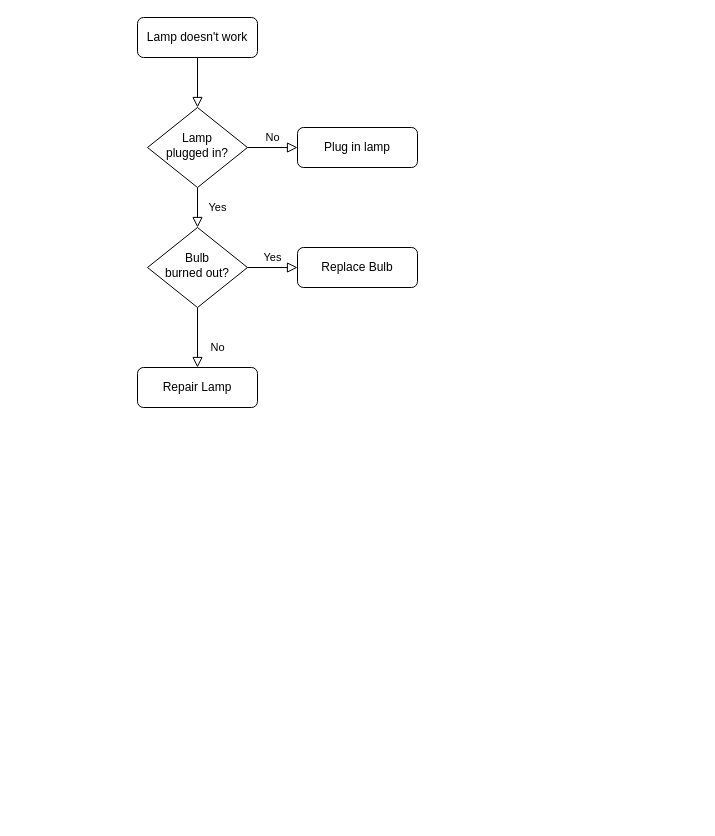
The draw.io diagram video-clip.drawio in hashstone/deploy_shell, before the edit. Source tidied: cells renumbered, new cells numbered last; positions are measured from the earlier drawing's top-left corner, leaving out a move shared by most shapes. Both pictures are drawn from the tidied source at 100%, with x=0, y=0 at pixel (137, 17).
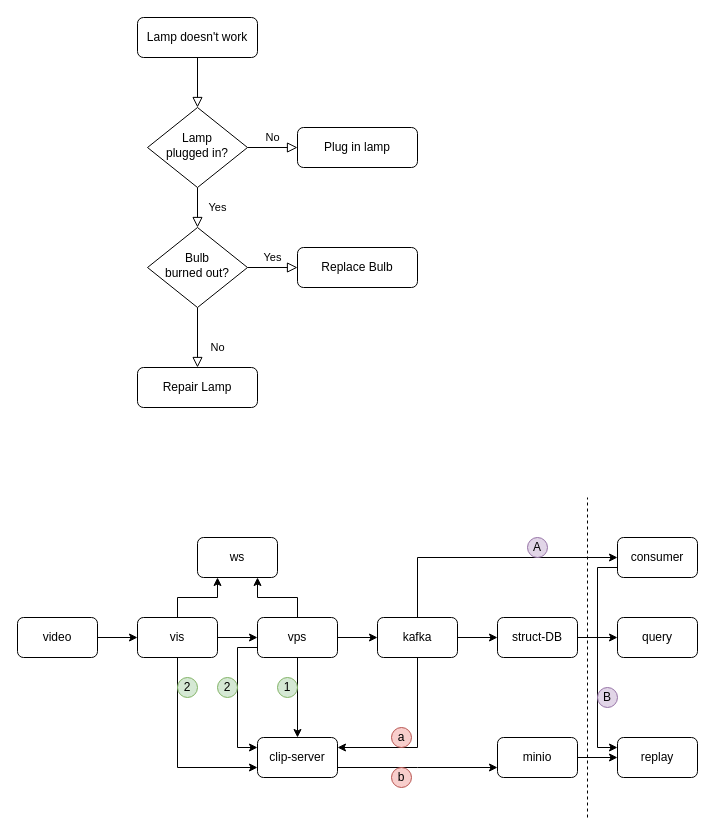
The same page after the edit.

The edit, as a diff of the source:
```diff
@@
+    <mxCell id="13" style="edgeStyle=orthogonalEdgeStyle;rounded=0;jettySize=auto;html=1;" parent="1" edge="1" source="14" target="18">
+      <mxGeometry relative="1" as="geometry" />
+    </mxCell>
+    <mxCell id="14" value="video" style="rounded=1;whiteSpace=wrap;html=1;" parent="1" vertex="1">
+      <mxGeometry x="-120" y="600" width="80" height="40" as="geometry" />
+    </mxCell>
+    <mxCell id="15" style="edgeStyle=orthogonalEdgeStyle;rounded=0;jettySize=auto;html=1;" parent="1" edge="1" source="18" target="23">
+      <mxGeometry relative="1" as="geometry" />
+    </mxCell>
+    <mxCell id="16" style="edgeStyle=orthogonalEdgeStyle;rounded=0;jettySize=auto;html=1;exitX=0.5;exitY=0;exitDx=0;exitDy=0;entryX=0.25;entryY=1;entryDx=0;entryDy=0;" parent="1" edge="1" source="18" target="30">
+      <mxGeometry relative="1" as="geometry" />
+    </mxCell>
+    <mxCell id="17" style="edgeStyle=orthogonalEdgeStyle;rounded=0;jettySize=auto;html=1;exitX=0.5;exitY=1;exitDx=0;exitDy=0;entryX=0;entryY=0.75;entryDx=0;entryDy=0;" parent="1" edge="1" source="18" target="32">
+      <mxGeometry relative="1" as="geometry" />
+    </mxCell>
+    <mxCell id="18" value="vis" style="rounded=1;whiteSpace=wrap;html=1;" parent="1" vertex="1">
+      <mxGeometry y="600" width="80" height="40" as="geometry" />
+    </mxCell>
+    <mxCell id="19" style="edgeStyle=orthogonalEdgeStyle;rounded=0;jettySize=auto;html=1;exitX=0.5;exitY=0;exitDx=0;exitDy=0;entryX=0.75;entryY=1;entryDx=0;entryDy=0;" parent="1" edge="1" source="23" target="30">
+      <mxGeometry relative="1" as="geometry" />
+    </mxCell>
+    <mxCell id="20" style="edgeStyle=orthogonalEdgeStyle;rounded=0;jettySize=auto;html=1;" parent="1" edge="1" source="23" target="27">
+      <mxGeometry relative="1" as="geometry" />
+    </mxCell>
+    <mxCell id="21" style="edgeStyle=orthogonalEdgeStyle;rounded=0;jettySize=auto;html=1;exitX=0;exitY=0.75;exitDx=0;exitDy=0;entryX=0;entryY=0.25;entryDx=0;entryDy=0;" parent="1" edge="1" source="23" target="32">
+      <mxGeometry relative="1" as="geometry" />
+    </mxCell>
+    <mxCell id="22" style="edgeStyle=orthogonalEdgeStyle;rounded=0;jettySize=auto;html=1;" parent="1" edge="1" source="23" target="32">
+      <mxGeometry relative="1" as="geometry" />
+    </mxCell>
+    <mxCell id="23" value="vps" style="rounded=1;whiteSpace=wrap;html=1;" parent="1" vertex="1">
+      <mxGeometry x="120" y="600" width="80" height="40" as="geometry" />
+    </mxCell>
+    <mxCell id="24" style="edgeStyle=orthogonalEdgeStyle;rounded=0;jettySize=auto;html=1;" parent="1" edge="1" source="27" target="29">
+      <mxGeometry relative="1" as="geometry" />
+    </mxCell>
+    <mxCell id="25" style="edgeStyle=orthogonalEdgeStyle;rounded=0;jettySize=auto;html=1;exitX=0.5;exitY=1;exitDx=0;exitDy=0;entryX=1;entryY=0.25;entryDx=0;entryDy=0;" parent="1" edge="1" source="27" target="32">
+      <mxGeometry relative="1" as="geometry" />
+    </mxCell>
+    <mxCell id="26" style="edgeStyle=orthogonalEdgeStyle;rounded=0;jettySize=auto;html=1;exitX=0.5;exitY=0;exitDx=0;exitDy=0;entryX=0;entryY=0.5;entryDx=0;entryDy=0;" parent="1" edge="1" source="27" target="36">
+      <mxGeometry relative="1" as="geometry" />
+    </mxCell>
+    <mxCell id="27" value="kafka" style="rounded=1;whiteSpace=wrap;html=1;" parent="1" vertex="1">
+      <mxGeometry x="240" y="600" width="80" height="40" as="geometry" />
+    </mxCell>
+    <mxCell id="28" style="edgeStyle=orthogonalEdgeStyle;rounded=0;jettySize=auto;html=1;exitX=1;exitY=0.5;exitDx=0;exitDy=0;" parent="1" edge="1" source="29" target="37">
+      <mxGeometry relative="1" as="geometry" />
+    </mxCell>
+    <mxCell id="29" value="struct-DB" style="rounded=1;whiteSpace=wrap;html=1;" parent="1" vertex="1">
+      <mxGeometry x="360" y="600" width="80" height="40" as="geometry" />
+    </mxCell>
+    <mxCell id="30" value="ws" style="rounded=1;whiteSpace=wrap;html=1;" parent="1" vertex="1">
+      <mxGeometry x="60" y="520" width="80" height="40" as="geometry" />
+    </mxCell>
+    <mxCell id="31" style="edgeStyle=orthogonalEdgeStyle;rounded=0;jettySize=auto;html=1;exitX=1;exitY=0.75;exitDx=0;exitDy=0;" parent="1" edge="1" source="32">
+      <mxGeometry relative="1" as="geometry">
+        <mxPoint x="360" y="750" as="targetPoint" />
+      </mxGeometry>
+    </mxCell>
+    <mxCell id="32" value="clip-server" style="rounded=1;whiteSpace=wrap;html=1;" parent="1" vertex="1">
+      <mxGeometry x="120" y="720" width="80" height="40" as="geometry" />
+    </mxCell>
+    <mxCell id="33" style="edgeStyle=orthogonalEdgeStyle;rounded=0;jettySize=auto;html=1;exitX=1;exitY=0.5;exitDx=0;exitDy=0;" parent="1" edge="1" source="34" target="38">
+      <mxGeometry relative="1" as="geometry" />
+    </mxCell>
+    <mxCell id="34" value="minio" style="rounded=1;whiteSpace=wrap;html=1;" parent="1" vertex="1">
+      <mxGeometry x="360" y="720" width="80" height="40" as="geometry" />
+    </mxCell>
+    <mxCell id="35" style="edgeStyle=orthogonalEdgeStyle;rounded=0;jettySize=auto;html=1;exitX=0;exitY=0.75;exitDx=0;exitDy=0;entryX=0;entryY=0.25;entryDx=0;entryDy=0;" parent="1" edge="1" source="36" target="38">
+      <mxGeometry relative="1" as="geometry" />
+    </mxCell>
+    <mxCell id="36" value="consumer" style="rounded=1;whiteSpace=wrap;html=1;" parent="1" vertex="1">
+      <mxGeometry x="480" y="520" width="80" height="40" as="geometry" />
+    </mxCell>
+    <mxCell id="37" value="query" style="rounded=1;whiteSpace=wrap;html=1;" parent="1" vertex="1">
+      <mxGeometry x="480" y="600" width="80" height="40" as="geometry" />
+    </mxCell>
+    <mxCell id="38" value="replay" style="rounded=1;whiteSpace=wrap;html=1;" parent="1" vertex="1">
+      <mxGeometry x="480" y="720" width="80" height="40" as="geometry" />
+    </mxCell>
+    <mxCell id="39" style="endArrow=none;dashed=1;html=1;" parent="1" edge="1">
+      <mxGeometry relative="1" as="geometry">
+        <mxPoint x="450" y="800" as="sourcePoint" />
+        <mxPoint x="450" y="480" as="targetPoint" />
+      </mxGeometry>
+    </mxCell>
+    <mxCell id="40" value="1" style="ellipse;whiteSpace=wrap;html=1;fillColor=#d5e8d4;strokeColor=#82b366;" parent="1" vertex="1">
+      <mxGeometry x="140" y="660" width="20" height="20" as="geometry" />
+    </mxCell>
+    <mxCell id="41" value="2" style="ellipse;whiteSpace=wrap;html=1;fillColor=#d5e8d4;strokeColor=#82b366;" parent="1" vertex="1">
+      <mxGeometry x="40" y="660" width="20" height="20" as="geometry" />
+    </mxCell>
+    <mxCell id="42" value="a" style="ellipse;whiteSpace=wrap;html=1;fillColor=#f8cecc;strokeColor=#b85450;" parent="1" vertex="1">
+      <mxGeometry x="254" y="710" width="20" height="20" as="geometry" />
+    </mxCell>
+    <mxCell id="43" value="b" style="ellipse;whiteSpace=wrap;html=1;fillColor=#f8cecc;strokeColor=#b85450;" parent="1" vertex="1">
+      <mxGeometry x="254" y="750" width="20" height="20" as="geometry" />
+    </mxCell>
+    <mxCell id="44" value="2" style="ellipse;whiteSpace=wrap;html=1;fillColor=#d5e8d4;strokeColor=#82b366;" parent="1" vertex="1">
+      <mxGeometry x="80" y="660" width="20" height="20" as="geometry" />
+    </mxCell>
+    <mxCell id="45" value="A" style="ellipse;whiteSpace=wrap;html=1;fillColor=#e1d5e7;strokeColor=#9673a6;" parent="1" vertex="1">
+      <mxGeometry x="390" y="520" width="20" height="20" as="geometry" />
+    </mxCell>
+    <mxCell id="46" value="B" style="ellipse;whiteSpace=wrap;html=1;fillColor=#e1d5e7;strokeColor=#9673a6;" parent="1" vertex="1">
+      <mxGeometry x="460" y="670" width="20" height="20" as="geometry" />
+    </mxCell>
```
